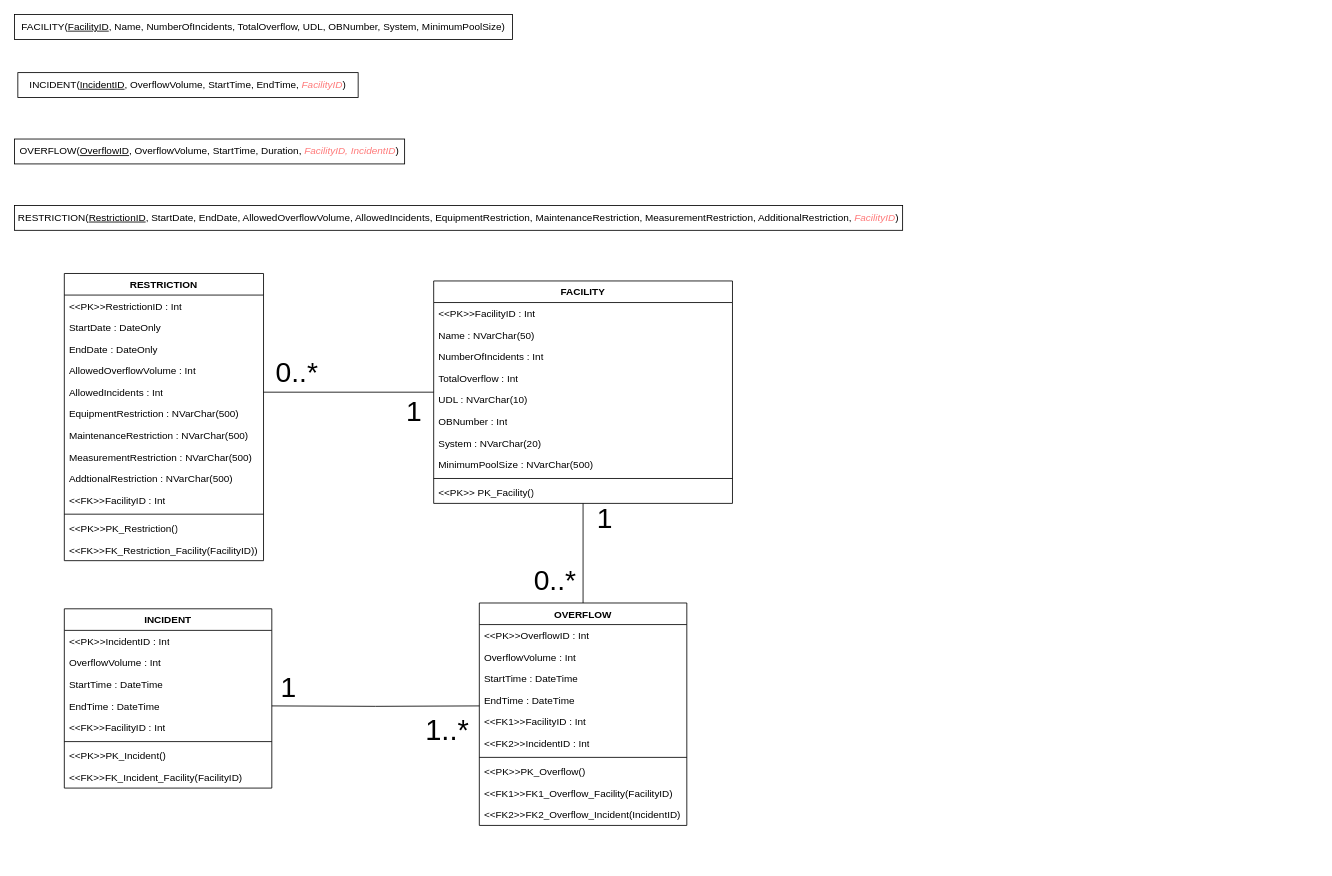
Earlier version of the draw.io diagram Relationsskemaer_og_ERDiagram.drawio (DScharla/T14). Source tidied: cells renumbered, new cells numbered last; positions are measured from the earlier drawing's top-left corner, leaving out a move shared by most shapes. Both pictures are drawn from the tidied source at 83%, with x=0, y=0 at pixel (14, 14).
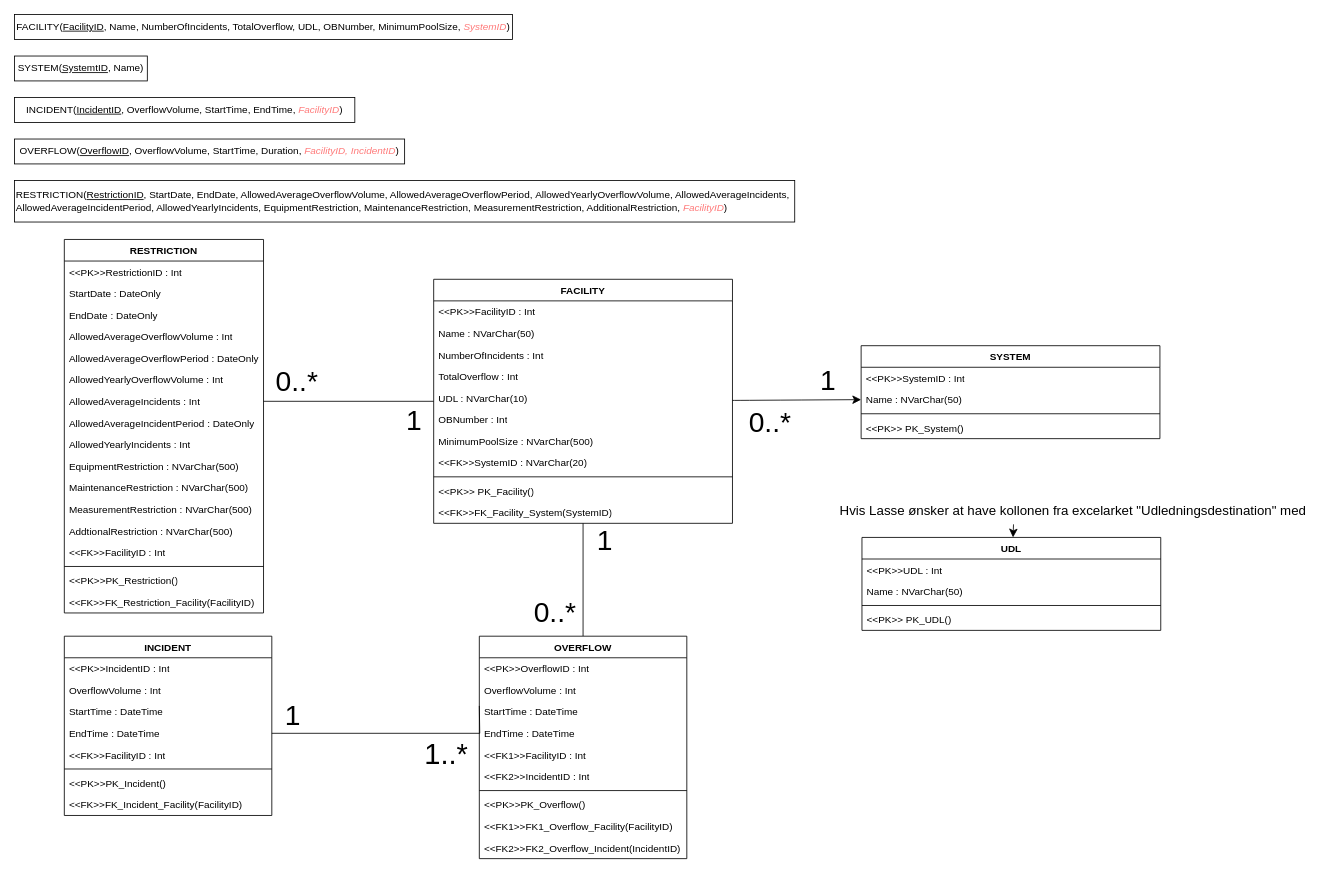
The same page after the edit.

The change refers to these unchanged cells:
```xml
<mxCell id="46" style="edgeStyle=orthogonalEdgeStyle;rounded=0;jettySize=auto;html=1;endArrow=none;endFill=0;entryX=1;entryY=0.5;entryDx=0;entryDy=0;" parent="1" edge="1" target="27">
  <mxGeometry relative="1" as="geometry">
    <mxPoint x="560" y="833" as="sourcePoint" />
  </mxGeometry>
</mxCell>
```

Change to the diagram source:
```diff
@@
-    <mxCell id="2" value="FACILITY(&lt;u&gt;FacilityID&lt;/u&gt;, Name, NumberOfIncidents, TotalOverflow, UDL, OBNumber, System, MinimumPoolSize)" style="rounded=0;whiteSpace=wrap;html=1;" parent="1" vertex="1">
+    <mxCell id="2" value="FACILITY(&lt;u&gt;FacilityID&lt;/u&gt;, Name, NumberOfIncidents, TotalOverflow, UDL, OBNumber, MinimumPoolSize, &lt;i&gt;&lt;font color=&quot;#ff7a7a&quot;&gt;SystemID&lt;/font&gt;&lt;/i&gt;)" style="rounded=0;whiteSpace=wrap;html=1;" parent="1" vertex="1">
       <mxGeometry width="600" height="30" as="geometry" />
     </mxCell>
     <mxCell id="3" value="INCIDENT(&lt;u&gt;IncidentID&lt;/u&gt;, OverflowVolume, StartTime, EndTime,&amp;nbsp;&lt;i&gt;&lt;font color=&quot;#ff7a7a&quot;&gt;FacilityID&lt;/font&gt;&lt;/i&gt;)" style="rounded=0;whiteSpace=wrap;html=1;" parent="1" vertex="1">
-      <mxGeometry x="4" y="70" width="410" height="30" as="geometry" />
+      <mxGeometry y="100" width="410" height="30" as="geometry" />
     </mxCell>
@@
-    <mxCell id="5" value="RESTRICTION(&lt;u&gt;RestrictionID&lt;/u&gt;, StartDate, EndDate, AllowedOverflowVolume, AllowedIncidents, EquipmentRestriction, MaintenanceRestriction, MeasurementRestriction, AdditionalRestriction, &lt;i&gt;&lt;font color=&quot;#ff7a7a&quot;&gt;FacilityID&lt;/font&gt;&lt;/i&gt;)" style="rounded=0;whiteSpace=wrap;html=1;" parent="1" vertex="1">
-      <mxGeometry y="230" width="1070" height="30" as="geometry" />
+    <mxCell id="5" value="RESTRICTION(&lt;u&gt;RestrictionID&lt;/u&gt;, StartDate, EndDate, AllowedAverageOverflowVolume, AllowedAverageOverflowPeriod,&amp;nbsp;AllowedYearlyOverflowVolume, AllowedAverageIncidents, AllowedAverageIncidentPeriod, AllowedYearlyIncidents, EquipmentRestriction, MaintenanceRestriction, MeasurementRestriction, AdditionalRestriction, &lt;i&gt;&lt;font color=&quot;#ff7a7a&quot;&gt;FacilityID&lt;/font&gt;&lt;/i&gt;)" style="rounded=0;whiteSpace=wrap;html=1;align=left;" parent="1" vertex="1">
+      <mxGeometry y="200" width="940" height="50" as="geometry" />
     </mxCell>
@@
+    <mxCell id="60" style="edgeStyle=none;curved=1;rounded=0;jettySize=auto;html=1;fontSize=12;startSize=8;endSize=8;entryX=0;entryY=0.5;entryDx=0;entryDy=0;" parent="1" edge="1" source="12" target="70">
+      <mxGeometry relative="1" as="geometry" />
+    </mxCell>
+    <mxCell id="61" value="&lt;font style=&quot;font-size: 34px;&quot;&gt;0..*&lt;/font&gt;" style="edgeLabel;html=1;align=center;verticalAlign=middle;fontSize=12;" parent="60" vertex="1">
+      <mxGeometry x="-0.35" relative="1" as="geometry">
+        <mxPoint x="-5" y="27" as="offset" />
+      </mxGeometry>
+    </mxCell>
+    <mxCell id="62" value="&lt;span style=&quot;font-size: 34px;&quot;&gt;1&lt;/span&gt;" style="edgeLabel;html=1;align=center;verticalAlign=middle;fontSize=12;" parent="60" vertex="1">
+      <mxGeometry x="0.3" relative="1" as="geometry">
+        <mxPoint x="14" y="-24" as="offset" />
+      </mxGeometry>
+    </mxCell>
     <mxCell id="12" value="FACILITY" style="swimlane;fontStyle=1;align=center;verticalAlign=top;horizontal=1;startSize=26;whiteSpace=wrap;html=1;" parent="1" vertex="1">
-      <mxGeometry x="505" y="321" width="360" height="268" as="geometry" />
+      <mxGeometry x="505" y="319" width="360" height="294" as="geometry" />
     </mxCell>
@@
+    <mxCell id="20" value="MinimumPoolSize : NVarChar(500)" style="text;strokeColor=none;fillColor=none;align=left;verticalAlign=top;spacingLeft=4;spacingRight=4;overflow=hidden;whiteSpace=wrap;html=1;" parent="12" vertex="1">
+      <mxGeometry y="182" width="360" height="26" as="geometry" />
+    </mxCell>
-    <mxCell id="19" value="System : NVarChar(20)" style="text;strokeColor=none;fillColor=none;align=left;verticalAlign=top;spacingLeft=4;spacingRight=4;overflow=hidden;whiteSpace=wrap;html=1;" parent="12" vertex="1">
-      <mxGeometry y="182" width="360" height="26" as="geometry" />
+    <mxCell id="19" value="&amp;lt;&amp;lt;FK&amp;gt;&amp;gt;SystemID : NVarChar(20)" style="text;strokeColor=none;fillColor=none;align=left;verticalAlign=top;spacingLeft=4;spacingRight=4;overflow=hidden;whiteSpace=wrap;html=1;" parent="12" vertex="1">
+      <mxGeometry y="208" width="360" height="26" as="geometry" />
     </mxCell>
-    <mxCell id="20" value="MinimumPoolSize : NVarChar(500)" style="text;strokeColor=none;fillColor=none;align=left;verticalAlign=top;spacingLeft=4;spacingRight=4;overflow=hidden;whiteSpace=wrap;html=1;" parent="12" vertex="1">
-      <mxGeometry y="208" width="360" height="26" as="geometry" />
-    </mxCell>
@@
+    <mxCell id="63" value="&amp;lt;&amp;lt;FK&amp;gt;&amp;gt;FK_Facility_System(SystemID)" style="text;strokeColor=none;fillColor=none;align=left;verticalAlign=top;spacingLeft=4;spacingRight=4;overflow=hidden;whiteSpace=wrap;html=1;" parent="12" vertex="1">
+      <mxGeometry y="268" width="360" height="26" as="geometry" />
+    </mxCell>
     <mxCell id="23" value="INCIDENT" style="swimlane;fontStyle=1;align=center;verticalAlign=top;horizontal=1;startSize=26;whiteSpace=wrap;html=1;" parent="1" vertex="1">
-      <mxGeometry x="60" y="716" width="250" height="216" as="geometry" />
+      <mxGeometry x="60" y="749" width="250" height="216" as="geometry" />
     </mxCell>
@@
     <mxCell id="32" value="RESTRICTION" style="swimlane;fontStyle=1;align=center;verticalAlign=top;horizontal=1;startSize=26;whiteSpace=wrap;html=1;" parent="1" vertex="1">
-      <mxGeometry x="60" y="312" width="240" height="346" as="geometry" />
+      <mxGeometry x="60" y="271" width="240" height="450" as="geometry" />
     </mxCell>
@@
-    <mxCell id="36" value="AllowedOverflowVolume : Int" style="text;strokeColor=none;fillColor=none;align=left;verticalAlign=top;spacingLeft=4;spacingRight=4;overflow=hidden;whiteSpace=wrap;html=1;" parent="32" vertex="1">
+    <mxCell id="36" value="AllowedAverageOverflowVolume : Int" style="text;strokeColor=none;fillColor=none;align=left;verticalAlign=top;spacingLeft=4;spacingRight=4;overflow=hidden;whiteSpace=wrap;html=1;" parent="32" vertex="1">
       <mxGeometry y="104" width="240" height="26" as="geometry" />
     </mxCell>
+    <mxCell id="64" value="AllowedAverageOverflowPeriod : DateOnly" style="text;strokeColor=none;fillColor=none;align=left;verticalAlign=top;spacingLeft=4;spacingRight=4;overflow=hidden;whiteSpace=wrap;html=1;" parent="32" vertex="1">
+      <mxGeometry y="130" width="240" height="26" as="geometry" />
+    </mxCell>
+    <mxCell id="65" value="AllowedYearlyOverflowVolume : Int" style="text;strokeColor=none;fillColor=none;align=left;verticalAlign=top;spacingLeft=4;spacingRight=4;overflow=hidden;whiteSpace=wrap;html=1;" parent="32" vertex="1">
+      <mxGeometry y="156" width="240" height="26" as="geometry" />
+    </mxCell>
-    <mxCell id="37" value="AllowedIncidents : Int" style="text;strokeColor=none;fillColor=none;align=left;verticalAlign=top;spacingLeft=4;spacingRight=4;overflow=hidden;points=[[0,0.5],[1,0.5]];portConstraint=eastwest;whiteSpace=wrap;html=1;" parent="32" vertex="1">
-      <mxGeometry y="130" width="240" height="26" as="geometry" />
+    <mxCell id="37" value="AllowedAverageIncidents : Int" style="text;strokeColor=none;fillColor=none;align=left;verticalAlign=top;spacingLeft=4;spacingRight=4;overflow=hidden;points=[[0,0.5],[1,0.5]];portConstraint=eastwest;whiteSpace=wrap;html=1;" parent="32" vertex="1">
+      <mxGeometry y="182" width="240" height="26" as="geometry" />
     </mxCell>
+    <mxCell id="66" value="AllowedAverageIncidentPeriod : DateOnly" style="text;strokeColor=none;fillColor=none;align=left;verticalAlign=top;spacingLeft=4;spacingRight=4;overflow=hidden;whiteSpace=wrap;html=1;" parent="32" vertex="1">
+      <mxGeometry y="208" width="240" height="26" as="geometry" />
+    </mxCell>
+    <mxCell id="67" value="AllowedYearlyIncidents : Int" style="text;strokeColor=none;fillColor=none;align=left;verticalAlign=top;spacingLeft=4;spacingRight=4;overflow=hidden;whiteSpace=wrap;html=1;" parent="32" vertex="1">
+      <mxGeometry y="234" width="240" height="26" as="geometry" />
+    </mxCell>
     <mxCell id="38" value="EquipmentRestriction : NVarChar(500)" style="text;strokeColor=none;fillColor=none;align=left;verticalAlign=top;spacingLeft=4;spacingRight=4;overflow=hidden;whiteSpace=wrap;html=1;" parent="32" vertex="1">
-      <mxGeometry y="156" width="240" height="26" as="geometry" />
+      <mxGeometry y="260" width="240" height="26" as="geometry" />
     </mxCell>
     <mxCell id="39" value="MaintenanceRestriction : NVarChar(500)" style="text;strokeColor=none;fillColor=none;align=left;verticalAlign=top;spacingLeft=4;spacingRight=4;overflow=hidden;whiteSpace=wrap;html=1;" parent="32" vertex="1">
-      <mxGeometry y="182" width="240" height="26" as="geometry" />
+      <mxGeometry y="286" width="240" height="26" as="geometry" />
     </mxCell>
     <mxCell id="40" value="MeasurementRestriction : NVarChar(500)" style="text;strokeColor=none;fillColor=none;align=left;verticalAlign=top;spacingLeft=4;spacingRight=4;overflow=hidden;whiteSpace=wrap;html=1;" parent="32" vertex="1">
-      <mxGeometry y="208" width="240" height="26" as="geometry" />
+      <mxGeometry y="312" width="240" height="26" as="geometry" />
     </mxCell>
     <mxCell id="41" value="AddtionalRestriction : NVarChar(500)" style="text;strokeColor=none;fillColor=none;align=left;verticalAlign=top;spacingLeft=4;spacingRight=4;overflow=hidden;whiteSpace=wrap;html=1;" parent="32" vertex="1">
-      <mxGeometry y="234" width="240" height="26" as="geometry" />
+      <mxGeometry y="338" width="240" height="26" as="geometry" />
     </mxCell>
     <mxCell id="42" value="&amp;lt;&amp;lt;FK&amp;gt;&amp;gt;FacilityID : Int" style="text;strokeColor=none;fillColor=none;align=left;verticalAlign=top;spacingLeft=4;spacingRight=4;overflow=hidden;whiteSpace=wrap;html=1;" parent="32" vertex="1">
-      <mxGeometry y="260" width="240" height="26" as="geometry" />
+      <mxGeometry y="364" width="240" height="26" as="geometry" />
     </mxCell>
     <mxCell id="43" style="line;strokeWidth=1;fillColor=none;align=left;verticalAlign=middle;spacingTop=-1;spacingLeft=3;spacingRight=3;labelPosition=right;strokeColor=inherit;" parent="32" vertex="1">
-      <mxGeometry y="286" width="240" height="8" as="geometry" />
+      <mxGeometry y="390" width="240" height="8" as="geometry" />
     </mxCell>
     <mxCell id="44" value="&amp;lt;&amp;lt;PK&amp;gt;&amp;gt;PK_Restriction()" style="text;strokeColor=none;fillColor=none;align=left;verticalAlign=top;spacingLeft=4;spacingRight=4;overflow=hidden;whiteSpace=wrap;html=1;" parent="32" vertex="1">
-      <mxGeometry y="294" width="240" height="26" as="geometry" />
+      <mxGeometry y="398" width="240" height="26" as="geometry" />
     </mxCell>
-    <mxCell id="45" value="&amp;lt;&amp;lt;FK&amp;gt;&amp;gt;FK_Restriction_Facility(FacilityID))" style="text;strokeColor=none;fillColor=none;align=left;verticalAlign=top;spacingLeft=4;spacingRight=4;overflow=hidden;whiteSpace=wrap;html=1;" parent="32" vertex="1">
-      <mxGeometry y="320" width="240" height="26" as="geometry" />
+    <mxCell id="45" value="&amp;lt;&amp;lt;FK&amp;gt;&amp;gt;FK_Restriction_Facility(FacilityID)" style="text;strokeColor=none;fillColor=none;align=left;verticalAlign=top;spacingLeft=4;spacingRight=4;overflow=hidden;whiteSpace=wrap;html=1;" parent="32" vertex="1">
+      <mxGeometry y="424" width="240" height="26" as="geometry" />
     </mxCell>
@@
     <mxCell id="47" value="&lt;font style=&quot;font-size: 35px;&quot;&gt;1..*&lt;/font&gt;" style="edgeLabel;html=1;align=center;verticalAlign=middle;" parent="46" vertex="1">
       <mxGeometry x="-0.59" y="3" relative="1" as="geometry">
-        <mxPoint x="11" y="24" as="offset" />
+        <mxPoint x="-16" y="21" as="offset" />
       </mxGeometry>
     </mxCell>
@@
     <mxCell id="49" value="OVERFLOW" style="swimlane;fontStyle=1;align=center;verticalAlign=top;horizontal=1;startSize=26;whiteSpace=wrap;html=1;" parent="1" vertex="1">
-      <mxGeometry x="560" y="709" width="250" height="268" as="geometry" />
+      <mxGeometry x="560" y="749" width="250" height="268" as="geometry" />
     </mxCell>
@@
+    <mxCell id="68" value="SYSTEM" style="swimlane;fontStyle=1;align=center;verticalAlign=top;horizontal=1;startSize=26;whiteSpace=wrap;html=1;" parent="1" vertex="1">
+      <mxGeometry x="1020" y="399" width="360" height="112" as="geometry" />
+    </mxCell>
+    <mxCell id="69" value="&amp;lt;&amp;lt;PK&amp;gt;&amp;gt;SystemID : Int" style="text;strokeColor=none;fillColor=none;align=left;verticalAlign=top;spacingLeft=4;spacingRight=4;overflow=hidden;whiteSpace=wrap;html=1;" parent="68" vertex="1">
+      <mxGeometry y="26" width="360" height="26" as="geometry" />
+    </mxCell>
+    <mxCell id="70" value="Name : NVarChar(50)" style="text;strokeColor=none;fillColor=none;align=left;verticalAlign=top;spacingLeft=4;spacingRight=4;overflow=hidden;points=[[0,0.5],[1,0.5]];portConstraint=eastwest;whiteSpace=wrap;html=1;" parent="68" vertex="1">
+      <mxGeometry y="52" width="360" height="26" as="geometry" />
+    </mxCell>
+    <mxCell id="71" style="line;strokeWidth=1;fillColor=none;align=left;verticalAlign=middle;spacingTop=-1;spacingLeft=3;spacingRight=3;labelPosition=right;strokeColor=inherit;" parent="68" vertex="1">
+      <mxGeometry y="78" width="360" height="8" as="geometry" />
+    </mxCell>
+    <mxCell id="72" value="&amp;lt;&amp;lt;PK&amp;gt;&amp;gt; PK_System()" style="text;strokeColor=none;fillColor=none;align=left;verticalAlign=top;spacingLeft=4;spacingRight=4;overflow=hidden;whiteSpace=wrap;html=1;" parent="68" vertex="1">
+      <mxGeometry y="86" width="360" height="26" as="geometry" />
+    </mxCell>
+    <mxCell id="73" value="UDL" style="swimlane;fontStyle=1;align=center;verticalAlign=top;horizontal=1;startSize=26;whiteSpace=wrap;html=1;" parent="1" vertex="1">
+      <mxGeometry x="1021" y="630" width="360" height="112" as="geometry" />
+    </mxCell>
+    <mxCell id="74" value="&amp;lt;&amp;lt;PK&amp;gt;&amp;gt;UDL : Int" style="text;strokeColor=none;fillColor=none;align=left;verticalAlign=top;spacingLeft=4;spacingRight=4;overflow=hidden;whiteSpace=wrap;html=1;" parent="73" vertex="1">
+      <mxGeometry y="26" width="360" height="26" as="geometry" />
+    </mxCell>
+    <mxCell id="75" value="Name : NVarChar(50)" style="text;strokeColor=none;fillColor=none;align=left;verticalAlign=top;spacingLeft=4;spacingRight=4;overflow=hidden;whiteSpace=wrap;html=1;" parent="73" vertex="1">
+      <mxGeometry y="52" width="360" height="26" as="geometry" />
+    </mxCell>
+    <mxCell id="76" style="line;strokeWidth=1;fillColor=none;align=left;verticalAlign=middle;spacingTop=-1;spacingLeft=3;spacingRight=3;labelPosition=right;strokeColor=inherit;" parent="73" vertex="1">
+      <mxGeometry y="78" width="360" height="8" as="geometry" />
+    </mxCell>
+    <mxCell id="77" value="&amp;lt;&amp;lt;PK&amp;gt;&amp;gt; PK_UDL()" style="text;strokeColor=none;fillColor=none;align=left;verticalAlign=top;spacingLeft=4;spacingRight=4;overflow=hidden;whiteSpace=wrap;html=1;" parent="73" vertex="1">
+      <mxGeometry y="86" width="360" height="26" as="geometry" />
+    </mxCell>
+    <mxCell id="78" value="Hvis Lasse ønsker at have kollonen fra excelarket &quot;Udledningsdestination&quot; med" style="text;html=1;align=center;verticalAlign=middle;points=[];strokeColor=none;fillColor=none;fontSize=16;" parent="1" vertex="1">
+      <mxGeometry x="980" y="583" width="590" height="30" as="geometry" />
+    </mxCell>
+    <mxCell id="79" style="endArrow=classic;html=1;rounded=0;fontSize=12;startSize=8;endSize=8;curved=1;exitX=0.379;exitY=1.039;exitDx=0;exitDy=0;exitPerimeter=0;" parent="1" edge="1" source="78" target="73">
+      <mxGeometry relative="1" as="geometry" />
+    </mxCell>
+    <mxCell id="80" value="SYSTEM(&lt;u&gt;SystemtID&lt;/u&gt;, Name)" style="rounded=0;whiteSpace=wrap;html=1;" parent="1" vertex="1">
+      <mxGeometry y="50" width="160" height="30" as="geometry" />
+    </mxCell>
```
